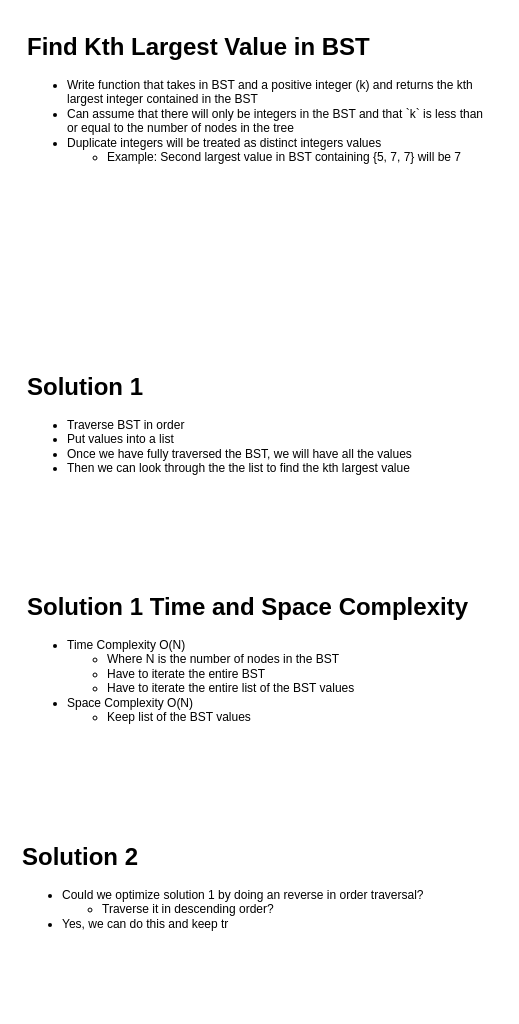
The draw.io diagram src/find-kth-largest-value-in-bst.drawio in aj03794/leetcode-problems, before the edit. Source tidied: cells renumbered, new cells numbered last; positions are measured from the earlier drawing's top-left corner, leaving out a move shared by most shapes. Both pictures are drawn from the tidied source at 100%, with x=0, y=0 at pixel (17, 27).
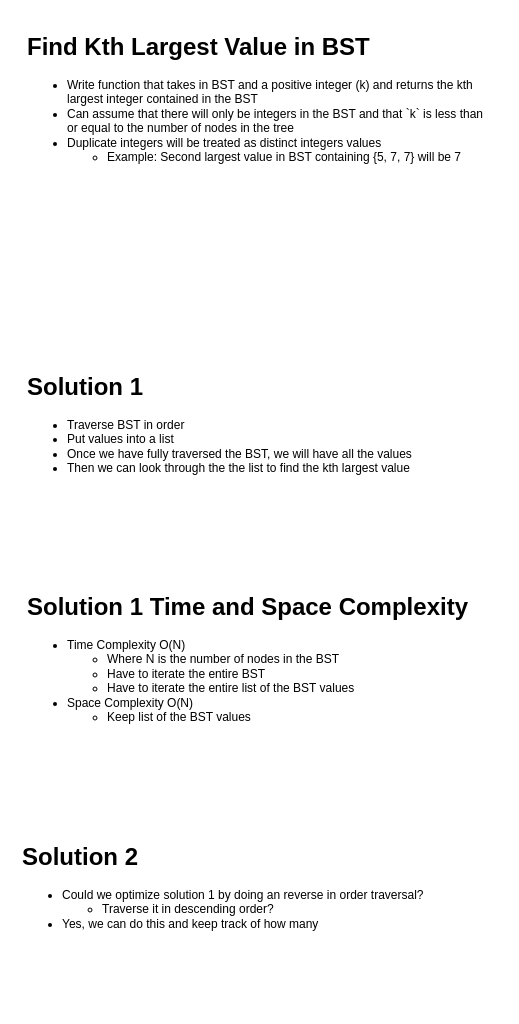
Above is the later version.

What changed in the source:
```diff
@@
 <mxGraphModel>
   <root>
     <mxCell id="0" />
     <mxCell id="1" parent="0" />
     <mxCell id="2" value="&lt;h1&gt;Find Kth Largest Value in BST&lt;/h1&gt;&lt;div&gt;&lt;ul&gt;&lt;li&gt;Write function that takes in BST and a positive integer (k) and returns the kth largest integer contained in the BST&lt;/li&gt;&lt;li&gt;Can assume that there will only be integers in the BST and that `k` is less than or equal to the number of nodes in the tree&lt;/li&gt;&lt;li&gt;Duplicate integers will be treated as distinct integers values&lt;/li&gt;&lt;ul&gt;&lt;li&gt;Example: Second largest value in BST containing {5, 7, 7} will be 7&lt;/li&gt;&lt;/ul&gt;&lt;/ul&gt;&lt;/div&gt;" style="text;html=1;strokeColor=none;fillColor=none;spacing=5;spacingTop=-20;whiteSpace=wrap;overflow=hidden;rounded=0;" parent="1" vertex="1">
       <mxGeometry x="5" width="470" height="300" as="geometry" />
     </mxCell>
     <mxCell id="3" value="&lt;h1&gt;Solution 1&lt;/h1&gt;&lt;p&gt;&lt;/p&gt;&lt;ul&gt;&lt;li&gt;Traverse BST in order&lt;/li&gt;&lt;li&gt;Put values into a list&lt;/li&gt;&lt;li&gt;Once we have fully traversed the BST, we will have all the values&lt;/li&gt;&lt;li&gt;Then we can look through the the list to find the kth largest value&lt;/li&gt;&lt;/ul&gt;&lt;p&gt;&lt;/p&gt;" style="text;html=1;strokeColor=none;fillColor=none;spacing=5;spacingTop=-20;whiteSpace=wrap;overflow=hidden;rounded=0;" parent="1" vertex="1">
       <mxGeometry x="5" y="340" width="480" height="170" as="geometry" />
     </mxCell>
     <mxCell id="4" value="&lt;h1&gt;Solution 1 Time and Space Complexity&lt;/h1&gt;&lt;div&gt;&lt;ul&gt;&lt;li&gt;Time Complexity O(N)&lt;/li&gt;&lt;ul&gt;&lt;li&gt;Where N is the number of nodes in the BST&lt;/li&gt;&lt;li&gt;Have to iterate the entire BST&lt;/li&gt;&lt;li&gt;Have to iterate the entire list of the BST values&lt;/li&gt;&lt;/ul&gt;&lt;li&gt;Space Complexity O(N)&lt;/li&gt;&lt;ul&gt;&lt;li&gt;Keep list of the BST values&lt;/li&gt;&lt;/ul&gt;&lt;/ul&gt;&lt;/div&gt;&lt;p&gt;&lt;/p&gt;" style="text;html=1;strokeColor=none;fillColor=none;spacing=5;spacingTop=-20;whiteSpace=wrap;overflow=hidden;rounded=0;" parent="1" vertex="1">
       <mxGeometry x="5" y="560" width="480" height="170" as="geometry" />
     </mxCell>
-    <mxCell id="5" value="&lt;h1&gt;Solution 2&lt;/h1&gt;&lt;div&gt;&lt;ul&gt;&lt;li&gt;Could we optimize solution 1 by doing an reverse in order traversal?&lt;/li&gt;&lt;ul&gt;&lt;li&gt;Traverse it in descending order?&lt;/li&gt;&lt;/ul&gt;&lt;li&gt;Yes, we can do this and keep tr&lt;/li&gt;&lt;/ul&gt;&lt;/div&gt;&lt;p&gt;&lt;/p&gt;" style="text;html=1;strokeColor=none;fillColor=none;spacing=5;spacingTop=-20;whiteSpace=wrap;overflow=hidden;rounded=0;" parent="1" vertex="1">
+    <mxCell id="5" value="&lt;h1&gt;Solution 2&lt;/h1&gt;&lt;div&gt;&lt;ul&gt;&lt;li&gt;Could we optimize solution 1 by doing an reverse in order traversal?&lt;/li&gt;&lt;ul&gt;&lt;li&gt;Traverse it in descending order?&lt;/li&gt;&lt;/ul&gt;&lt;li&gt;Yes, we can do this and keep track of how many&amp;nbsp;&lt;/li&gt;&lt;/ul&gt;&lt;/div&gt;&lt;p&gt;&lt;/p&gt;" style="text;html=1;strokeColor=none;fillColor=none;spacing=5;spacingTop=-20;whiteSpace=wrap;overflow=hidden;rounded=0;" parent="1" vertex="1">
       <mxGeometry y="810" width="480" height="170" as="geometry" />
     </mxCell>
   </root>
 </mxGraphModel>
```
